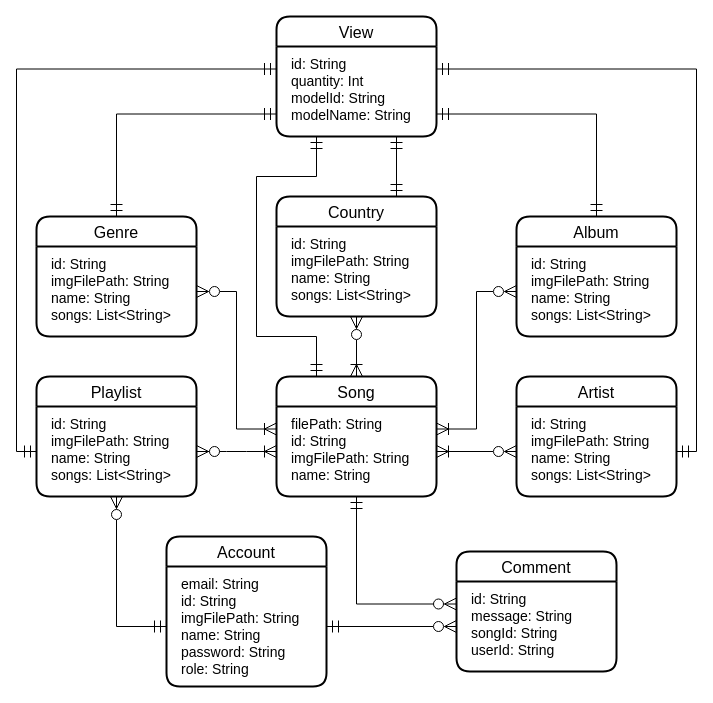
The draw.io diagram PlanExcel/db_diagram.drawio in namcao502/MUSIC, before the edit. Source tidied: cells renumbered, new cells numbered last; positions are measured from the earlier drawing's top-left corner, leaving out a move shared by most shapes. Both pictures are drawn from the tidied source at 100%, with x=0, y=0 at pixel (36, 16).
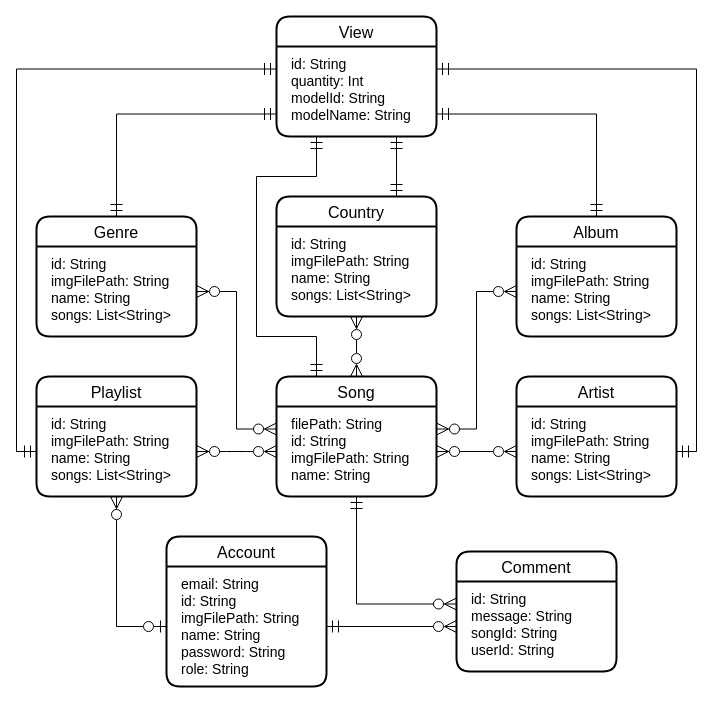
The same page after the edit.

Unchanged cells that the change refers to:
```xml
<mxCell id="3" value="id: String&#10;imgFilePath: String&#10;name: String&#10;songs: List&lt;String&gt;" style="align=left;strokeColor=none;fillColor=none;spacingLeft=10;fontSize=14;verticalAlign=top;spacing=5;" parent="2" vertex="1">
  <mxGeometry y="30" width="160" height="90" as="geometry" />
</mxCell>
<mxCell id="5" value="id: String&#10;imgFilePath: String&#10;name: String&#10;songs: List&lt;String&gt;" style="align=left;strokeColor=none;fillColor=none;spacingLeft=10;fontSize=14;verticalAlign=top;spacing=5;" parent="4" vertex="1">
  <mxGeometry y="30" width="160" height="90" as="geometry" />
</mxCell>
<mxCell id="7" value="id: String&#10;imgFilePath: String&#10;name: String&#10;songs: List&lt;String&gt;" style="align=left;strokeColor=none;fillColor=none;spacingLeft=10;fontSize=14;verticalAlign=top;spacing=5;" parent="6" vertex="1">
  <mxGeometry y="30" width="160" height="90" as="geometry" />
</mxCell>
<mxCell id="9" value="id: String&#10;imgFilePath: String&#10;name: String&#10;songs: List&lt;String&gt;" style="align=left;strokeColor=none;fillColor=none;spacingLeft=10;fontSize=14;verticalAlign=top;spacing=5;" parent="8" vertex="1">
  <mxGeometry y="30" width="160" height="90" as="geometry" />
</mxCell>
<mxCell id="11" value="id: String&#10;imgFilePath: String&#10;name: String&#10;songs: List&lt;String&gt;" style="align=left;strokeColor=none;fillColor=none;spacingLeft=10;fontSize=14;verticalAlign=top;spacing=5;" parent="10" vertex="1">
  <mxGeometry y="30" width="160" height="90" as="geometry" />
</mxCell>
<mxCell id="13" value="Song" style="swimlane;horizontal=1;startSize=30;rounded=1;fontSize=16;fontStyle=0;strokeWidth=2;shadow=0;dashed=0;align=center;" parent="1" vertex="1">
  <mxGeometry x="240" y="360" width="160" height="120" as="geometry" />
</mxCell>
<mxCell id="14" value="filePath: String&#10;id: String&#10;imgFilePath: String&#10;name: String" style="align=left;strokeColor=none;fillColor=none;spacingLeft=10;fontSize=14;verticalAlign=top;spacing=5;" parent="13" vertex="1">
  <mxGeometry y="30" width="160" height="90" as="geometry" />
</mxCell>
<mxCell id="21" value="email: String&#10;id: String&#10;imgFilePath: String&#10;name: String&#10;password: String&#10;role: String" style="align=left;strokeColor=none;fillColor=none;spacingLeft=10;fontSize=14;verticalAlign=top;spacing=5;" parent="20" vertex="1">
  <mxGeometry y="30" width="160" height="120" as="geometry" />
</mxCell>
```

The edit, as a diff of the source:
```diff
@@
-    <mxCell id="12" style="edgeStyle=orthogonalEdgeStyle;rounded=0;jumpSize=6;jettySize=auto;html=1;exitX=0.5;exitY=0;exitDx=0;exitDy=0;entryX=0.5;entryY=1;entryDx=0;entryDy=0;fontSize=12;startSize=10;endSize=10;startArrow=ERoneToMany;startFill=0;endArrow=ERzeroToMany;endFill=0;" parent="1" edge="1" source="13" target="5">
+    <mxCell id="12" style="edgeStyle=orthogonalEdgeStyle;rounded=0;jumpSize=6;jettySize=auto;html=1;exitX=0.5;exitY=0;exitDx=0;exitDy=0;entryX=0.5;entryY=1;entryDx=0;entryDy=0;fontSize=12;startSize=10;endSize=10;startArrow=ERzeroToMany;startFill=0;endArrow=ERzeroToMany;endFill=0;" parent="1" edge="1" source="13" target="5">
       <mxGeometry relative="1" as="geometry" />
     </mxCell>
@@
-    <mxCell id="19" style="edgeStyle=orthogonalEdgeStyle;rounded=0;jumpSize=6;jettySize=auto;html=1;exitX=0;exitY=0.5;exitDx=0;exitDy=0;entryX=0.5;entryY=1;entryDx=0;entryDy=0;fontSize=12;startArrow=ERmandOne;startFill=0;endArrow=ERzeroToMany;endFill=0;startSize=10;endSize=10;" parent="1" edge="1" source="21" target="7">
+    <mxCell id="19" style="edgeStyle=orthogonalEdgeStyle;rounded=0;jumpSize=6;jettySize=auto;html=1;exitX=0;exitY=0.5;exitDx=0;exitDy=0;entryX=0.5;entryY=1;entryDx=0;entryDy=0;fontSize=12;startArrow=ERzeroToOne;startFill=0;endArrow=ERzeroToMany;endFill=0;startSize=10;endSize=10;" parent="1" edge="1" source="21" target="7">
       <mxGeometry relative="1" as="geometry">
         <Array as="points">
           <mxPoint x="80" y="610" />
         </Array>
       </mxGeometry>
     </mxCell>
@@
-    <mxCell id="22" style="edgeStyle=entityRelationEdgeStyle;fontSize=12;html=1;endArrow=ERoneToMany;startArrow=ERzeroToMany;rounded=0;entryX=0;entryY=0.5;entryDx=0;entryDy=0;exitX=1;exitY=0.5;exitDx=0;exitDy=0;fontStyle=0;jumpSize=6;endSize=10;startSize=10;" parent="1" edge="1" source="7" target="14">
+    <mxCell id="22" style="edgeStyle=entityRelationEdgeStyle;fontSize=12;html=1;endArrow=ERzeroToMany;startArrow=ERzeroToMany;rounded=0;entryX=0;entryY=0.5;entryDx=0;entryDy=0;exitX=1;exitY=0.5;exitDx=0;exitDy=0;fontStyle=0;jumpSize=6;endSize=10;startSize=10;endFill=0;" parent="1" edge="1" source="7" target="14">
       <mxGeometry relative="1" as="geometry" />
     </mxCell>
-    <mxCell id="23" style="edgeStyle=orthogonalEdgeStyle;rounded=0;jumpSize=6;jettySize=auto;html=1;exitX=1;exitY=0.5;exitDx=0;exitDy=0;entryX=0;entryY=0.5;entryDx=0;entryDy=0;fontSize=12;startArrow=ERoneToMany;startFill=0;endArrow=ERzeroToMany;endFill=0;startSize=10;endSize=10;" parent="1" edge="1" source="14" target="9">
+    <mxCell id="23" style="edgeStyle=orthogonalEdgeStyle;rounded=0;jumpSize=6;jettySize=auto;html=1;exitX=1;exitY=0.5;exitDx=0;exitDy=0;entryX=0;entryY=0.5;entryDx=0;entryDy=0;fontSize=12;startArrow=ERzeroToMany;startFill=0;endArrow=ERzeroToMany;endFill=0;startSize=10;endSize=10;" parent="1" edge="1" source="14" target="9">
       <mxGeometry relative="1" as="geometry" />
     </mxCell>
-    <mxCell id="24" style="edgeStyle=orthogonalEdgeStyle;rounded=0;jumpSize=6;jettySize=auto;html=1;exitX=1;exitY=0.25;exitDx=0;exitDy=0;entryX=0;entryY=0.5;entryDx=0;entryDy=0;fontSize=12;startArrow=ERoneToMany;startFill=0;endArrow=ERzeroToMany;endFill=0;startSize=10;endSize=10;" parent="1" edge="1" source="14" target="11">
+    <mxCell id="24" style="edgeStyle=orthogonalEdgeStyle;rounded=0;jumpSize=6;jettySize=auto;html=1;exitX=1;exitY=0.25;exitDx=0;exitDy=0;entryX=0;entryY=0.5;entryDx=0;entryDy=0;fontSize=12;startArrow=ERzeroToMany;startFill=0;endArrow=ERzeroToMany;endFill=0;startSize=10;endSize=10;" parent="1" edge="1" source="14" target="11">
       <mxGeometry relative="1" as="geometry" />
     </mxCell>
-    <mxCell id="25" style="edgeStyle=orthogonalEdgeStyle;rounded=0;jumpSize=6;jettySize=auto;html=1;exitX=0;exitY=0.25;exitDx=0;exitDy=0;entryX=1;entryY=0.5;entryDx=0;entryDy=0;fontSize=12;startArrow=ERoneToMany;startFill=0;endArrow=ERzeroToMany;endFill=0;startSize=10;endSize=10;" parent="1" edge="1" source="14" target="3">
+    <mxCell id="25" style="edgeStyle=orthogonalEdgeStyle;rounded=0;jumpSize=6;jettySize=auto;html=1;exitX=0;exitY=0.25;exitDx=0;exitDy=0;entryX=1;entryY=0.5;entryDx=0;entryDy=0;fontSize=12;startArrow=ERzeroToMany;startFill=0;endArrow=ERzeroToMany;endFill=0;startSize=10;endSize=10;" parent="1" edge="1" source="14" target="3">
       <mxGeometry relative="1" as="geometry" />
     </mxCell>
```
